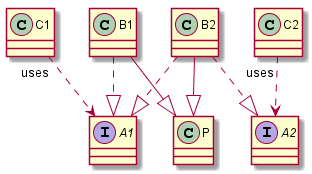
This is out/production/Parser/output.png from Manasi670430/Parser, a PlantUML export, as it was before one commit.
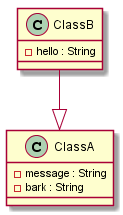
The same file after the commit.

Change to the diagram source:
```diff
@@ -1,23 +1,10 @@
 @startuml
-interface A1 {
+class ClassA {
+- message : String
+- bark : String
  }
-interface A2 {
+class ClassB {
+- hello : String
  }
-class B1 {
- }
-class B2 {
- }
-class C1 {
- }
-class C2 {
- }
-class P {
- }
-B1 ..|> A1
-B2 ..|> A2
-B2 ..|> A1
-B2 --|> P
-B1 --|> P
-C1 "uses"  ..> A1
-C2 "uses"  ..> A2
+ClassB --|> ClassA
 @enduml
```
